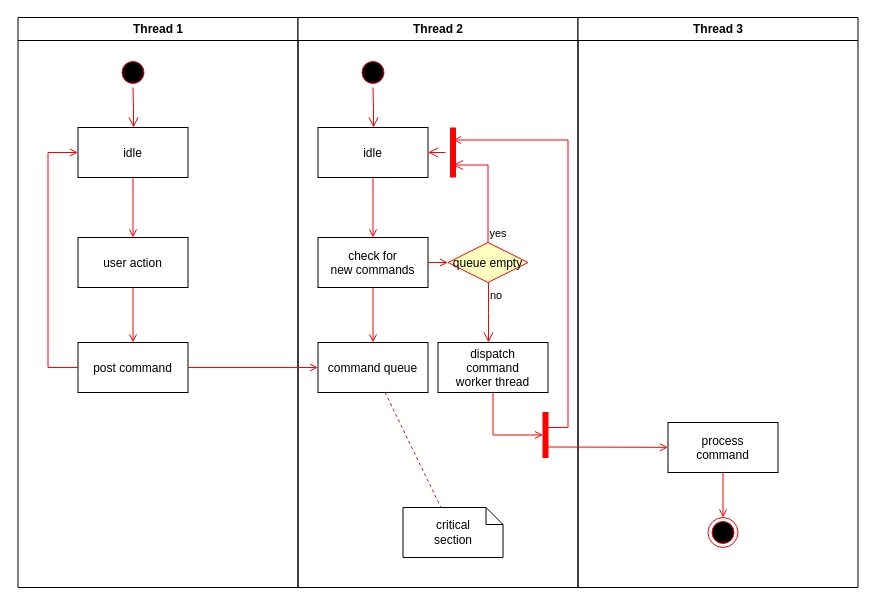
Before: ky_bus.drawio in HarryKito/ky_bus, a draw.io diagram. Source tidied: cells renumbered, new cells numbered last; positions are measured from the earlier drawing's top-left corner, leaving out a move shared by most shapes. Both pictures are drawn from the tidied source at 100%, with x=0, y=0 at pixel (17, 17).
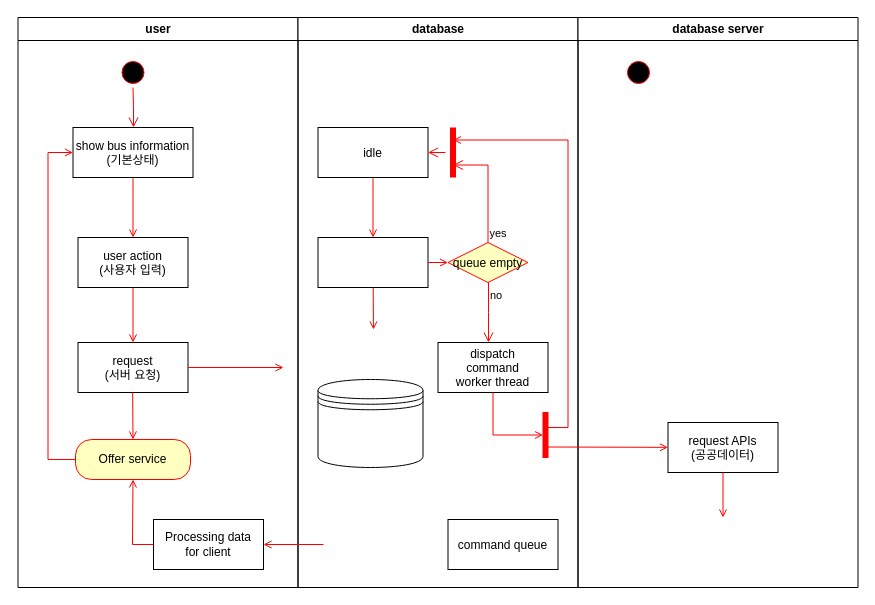
The same page after the edit.

Unchanged cells that the change refers to:
```xml
<mxCell id="14" value="idle" parent="11" vertex="1">
  <mxGeometry x="20" y="110" width="110" height="50" as="geometry" />
</mxCell>
```

Diff of the diagram source:
```diff
@@
-    <mxCell id="2" value="Thread 1" style="swimlane;whiteSpace=wrap;" parent="1" vertex="1">
+    <mxCell id="2" value="user" style="swimlane;whiteSpace=wrap;" parent="1" vertex="1">
       <mxGeometry x="0.5" width="280" height="570" as="geometry" />
     </mxCell>
@@
-    <mxCell id="5" value="idle" parent="2" vertex="1">
-      <mxGeometry x="60" y="110" width="110" height="50" as="geometry" />
+    <mxCell id="5" value="show bus information&#10;(기본상태)" parent="2" vertex="1">
+      <mxGeometry x="55" y="110" width="120" height="50" as="geometry" />
     </mxCell>
-    <mxCell id="6" value="user action" parent="2" vertex="1">
+    <mxCell id="6" value="user action&#10;(사용자 입력)" parent="2" vertex="1">
       <mxGeometry x="60" y="220" width="110" height="50" as="geometry" />
     </mxCell>
@@
-    <mxCell id="8" value="post command" parent="2" vertex="1">
+    <mxCell id="8" value="request&#10;(서버 요청)" parent="2" vertex="1">
       <mxGeometry x="60" y="325" width="110" height="50" as="geometry" />
     </mxCell>
@@
-    <mxCell id="10" style="edgeStyle=elbowEdgeStyle;elbow=horizontal;strokeColor=#FF0000;endArrow=open;endFill=1;rounded=0;" parent="2" edge="1" source="8" target="5">
+    <mxCell id="10" style="edgeStyle=elbowEdgeStyle;elbow=horizontal;strokeColor=#FF0000;endArrow=open;endFill=1;rounded=0;exitX=0;exitY=0.5;exitDx=0;exitDy=0;" parent="2" edge="1" source="37" target="5">
       <mxGeometry relative="1" as="geometry">
         <Array as="points">
           <mxPoint x="30" y="250" />
         </Array>
       </mxGeometry>
     </mxCell>
+    <mxCell id="37" value="Offer service" style="rounded=1;whiteSpace=wrap;html=1;arcSize=40;fontColor=#000000;fillColor=#ffffc0;strokeColor=#ff0000;" parent="2" vertex="1">
+      <mxGeometry x="57.5" y="422" width="115" height="40" as="geometry" />
+    </mxCell>
+    <mxCell id="38" style="endArrow=open;strokeColor=#FF0000;endFill=1;rounded=0;entryX=0.5;entryY=0;entryDx=0;entryDy=0;" parent="2" edge="1" target="37">
+      <mxGeometry relative="1" as="geometry">
+        <mxPoint x="114.7" y="375" as="sourcePoint" />
+      </mxGeometry>
+    </mxCell>
+    <mxCell id="39" value="Processing data&lt;br&gt;for client" style="html=1;whiteSpace=wrap;" parent="2" vertex="1">
+      <mxGeometry x="135.5" y="502" width="110" height="50" as="geometry" />
+    </mxCell>
+    <mxCell id="40" style="endArrow=open;strokeColor=#FF0000;endFill=1;rounded=0;entryX=0.5;entryY=1;entryDx=0;entryDy=0;exitX=0;exitY=0.5;exitDx=0;exitDy=0;" parent="2" edge="1" source="39" target="37">
+      <mxGeometry relative="1" as="geometry">
+        <Array as="points">
+          <mxPoint x="114.5" y="527" />
+        </Array>
+      </mxGeometry>
+    </mxCell>
-    <mxCell id="11" value="Thread 2" style="swimlane;whiteSpace=wrap;" parent="1" vertex="1">
+    <mxCell id="11" value="database" style="swimlane;whiteSpace=wrap;" parent="1" vertex="1">
       <mxGeometry x="280.5" width="280" height="570" as="geometry" />
     </mxCell>
-    <mxCell id="12" style="ellipse;shape=startState;fillColor=#000000;strokeColor=#ff0000;" parent="11" vertex="1">
-      <mxGeometry x="60" y="40" width="30" height="30" as="geometry" />
-    </mxCell>
-    <mxCell id="13" style="edgeStyle=elbowEdgeStyle;elbow=horizontal;verticalAlign=bottom;endArrow=open;endSize=8;strokeColor=#FF0000;endFill=1;rounded=0;" parent="11" edge="1" source="12" target="14">
-      <mxGeometry x="40" y="20" as="geometry" />
-    </mxCell>
@@
-    <mxCell id="15" value="check for &#10;new commands" parent="11" vertex="1">
+    <mxCell id="15" parent="11" vertex="1">
       <mxGeometry x="20" y="220" width="110" height="50" as="geometry" />
     </mxCell>
@@
     <mxCell id="17" value="command queue" parent="11" vertex="1">
-      <mxGeometry x="20" y="325" width="110" height="50" as="geometry" />
+      <mxGeometry x="150" y="502" width="110" height="50" as="geometry" />
     </mxCell>
-    <mxCell id="18" style="endArrow=open;strokeColor=#FF0000;endFill=1;rounded=0;" parent="11" edge="1" source="15" target="17">
-      <mxGeometry relative="1" as="geometry" />
+    <mxCell id="18" style="endArrow=open;strokeColor=#FF0000;endFill=1;rounded=0;" parent="11" edge="1" source="15">
+      <mxGeometry relative="1" as="geometry">
+        <mxPoint x="75.5" y="312" as="targetPoint" />
+      </mxGeometry>
     </mxCell>
@@
-    <mxCell id="26" value="critical&#10;section" style="shape=note;whiteSpace=wrap;size=17;" parent="11" vertex="1">
-      <mxGeometry x="105" y="490" width="100" height="50" as="geometry" />
-    </mxCell>
-    <mxCell id="27" style="endArrow=none;strokeColor=#FF0000;endFill=0;rounded=0;dashed=1;" parent="11" edge="1" source="17" target="26">
-      <mxGeometry relative="1" as="geometry" />
-    </mxCell>
@@
+    <mxCell id="41" style="shape=datastore;whiteSpace=wrap;html=1;" parent="11" vertex="1">
+      <mxGeometry x="20" y="362" width="105" height="88" as="geometry" />
+    </mxCell>
-    <mxCell id="30" value="Thread 3" style="swimlane;whiteSpace=wrap;" parent="1" vertex="1">
+    <mxCell id="30" value="database server" style="swimlane;whiteSpace=wrap;" parent="1" vertex="1">
       <mxGeometry x="560.5" width="280" height="570" as="geometry" />
     </mxCell>
-    <mxCell id="31" value="process&#10;command" parent="30" vertex="1">
+    <mxCell id="31" value="request APIs&#10;(공공데이터)" parent="30" vertex="1">
       <mxGeometry x="90" y="405" width="110" height="50" as="geometry" />
     </mxCell>
@@
-    <mxCell id="34" style="ellipse;shape=endState;fillColor=#000000;strokeColor=#ff0000;" parent="30" vertex="1">
-      <mxGeometry x="130" y="500" width="30" height="30" as="geometry" />
-    </mxCell>
-    <mxCell id="35" style="endArrow=open;strokeColor=#FF0000;endFill=1;rounded=0;" parent="30" edge="1" source="31" target="34">
-      <mxGeometry relative="1" as="geometry" />
+    <mxCell id="35" style="endArrow=open;strokeColor=#FF0000;endFill=1;rounded=0;" parent="30" edge="1" source="31">
+      <mxGeometry relative="1" as="geometry">
+        <mxPoint x="145" y="500" as="targetPoint" />
+      </mxGeometry>
     </mxCell>
+    <mxCell id="42" style="ellipse;shape=startState;fillColor=#000000;strokeColor=#ff0000;" parent="30" vertex="1">
+      <mxGeometry x="45.5" y="40" width="30" height="30" as="geometry" />
+    </mxCell>
-    <mxCell id="36" style="endArrow=open;strokeColor=#FF0000;endFill=1;rounded=0;" parent="1" edge="1" source="8" target="17">
-      <mxGeometry relative="1" as="geometry" />
+    <mxCell id="36" style="endArrow=open;strokeColor=#FF0000;endFill=1;rounded=0;" parent="1" edge="1" source="8">
+      <mxGeometry relative="1" as="geometry">
+        <mxPoint x="266" y="350" as="targetPoint" />
+      </mxGeometry>
     </mxCell>
+    <mxCell id="43" style="endArrow=open;strokeColor=#FF0000;endFill=1;rounded=0;entryX=1;entryY=0.5;entryDx=0;entryDy=0;" parent="1" edge="1" target="39">
+      <mxGeometry relative="1" as="geometry">
+        <mxPoint x="306" y="527" as="sourcePoint" />
+      </mxGeometry>
+    </mxCell>
```
